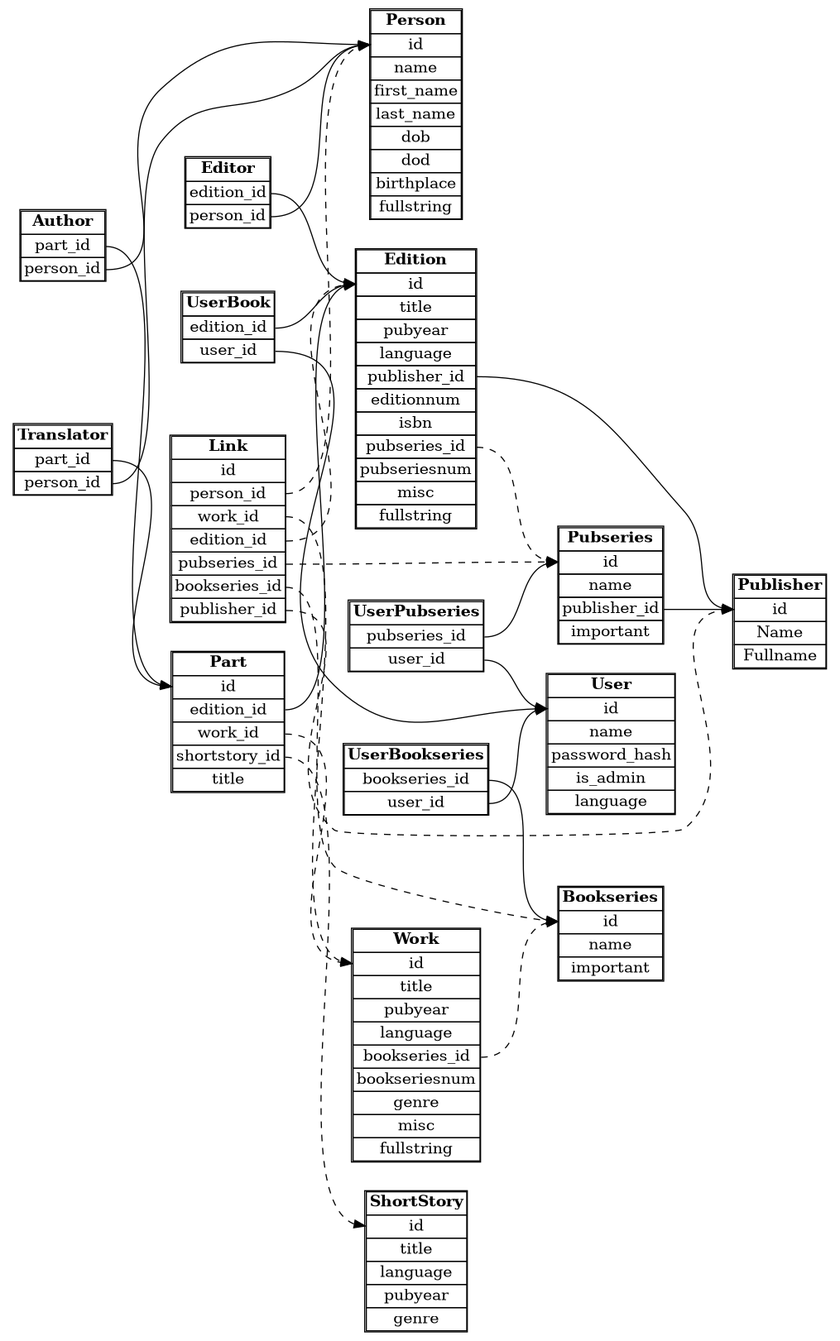
The Graphviz diagram db-schema.png in Makistos/suomisf, before a commit. Its source is kept beside it as db-schema.gv.
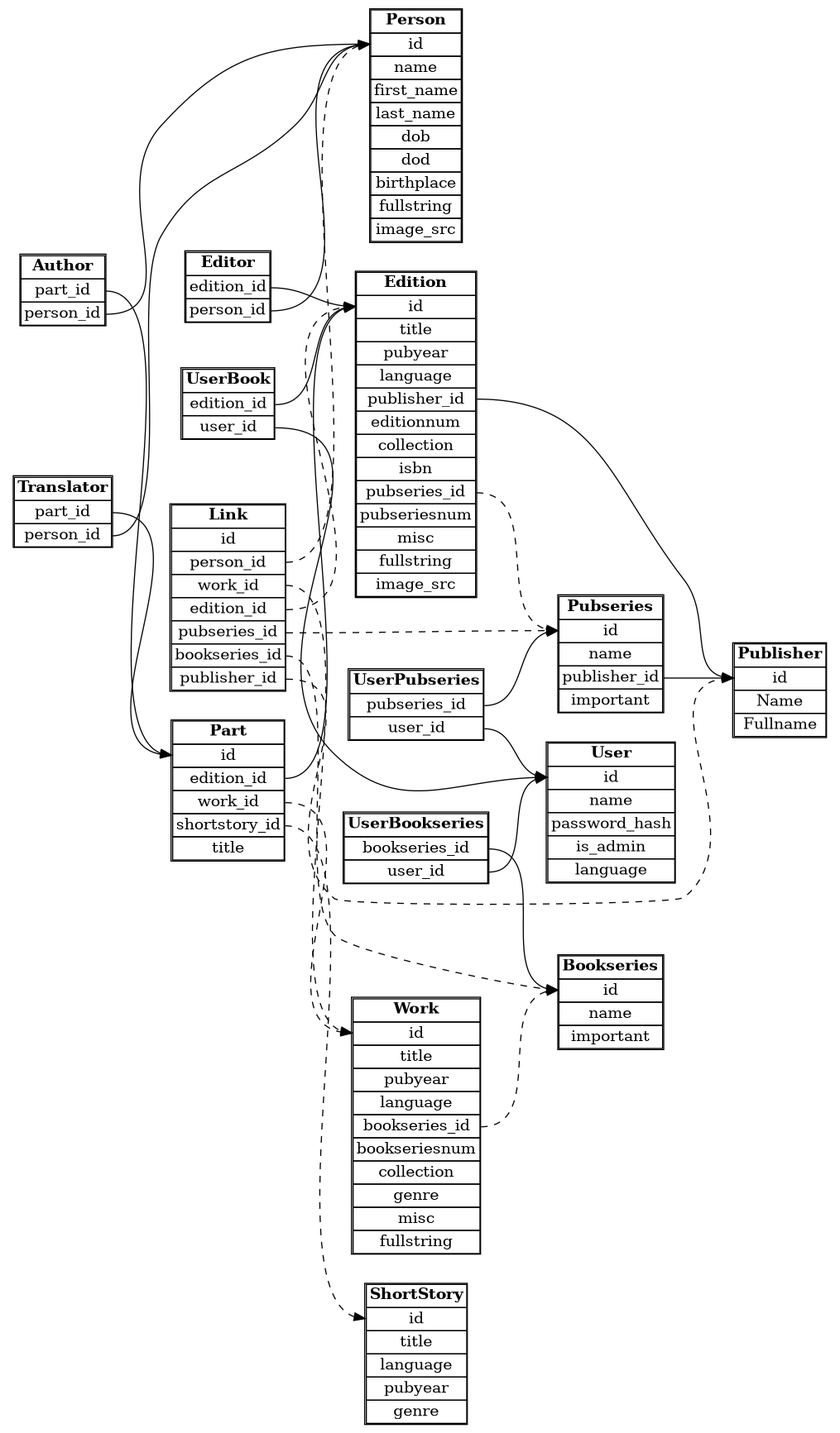
Above is the later version.

Commit message:
Number of small improvements, including slightly updated db schema.

The edit, as a diff of the source:
```diff
@@ -65,6 +65,7 @@
 		<TR><TD>dod</TD></TR>
 		<TR><TD>birthplace</TD></TR>
 		<TR><TD>fullstring</TD></TR>
+                <TR><TD>image_src</TD></TR>
 		</TABLE>
 		>];
 	Work [
@@ -77,6 +78,7 @@
                 <TR><TD>language</TD></TR>
 		<TR><TD PORT="bookseriesid">bookseries_id</TD></TR>
 		<TR><TD>bookseriesnum</TD></TR>
+                <TR><TD>collection</TD></TR>
 		<TR><TD>genre</TD></TR>
 		<TR><TD>misc</TD></TR>
 		<TR><TD>fullstring</TD></TR>
@@ -92,11 +94,13 @@
 		<TR><TD>language</TD></TR>
 		<TR><TD PORT="publisherid">publisher_id</TD></TR>
 		<TR><TD>editionnum</TD></TR>
+                <TR><TD>collection</TD></TR>
 		<TR><TD>isbn</TD></TR>
 		<TR><TD PORT="pubseriesid">pubseries_id</TD></TR>
 		<TR><TD>pubseriesnum</TD></TR>
 		<TR><TD>misc</TD></TR>
 		<TR><TD>fullstring</TD></TR>
+                <TR><TD>image_src</TD></TR>
 		</TABLE>
 		>];
 	User [
```
